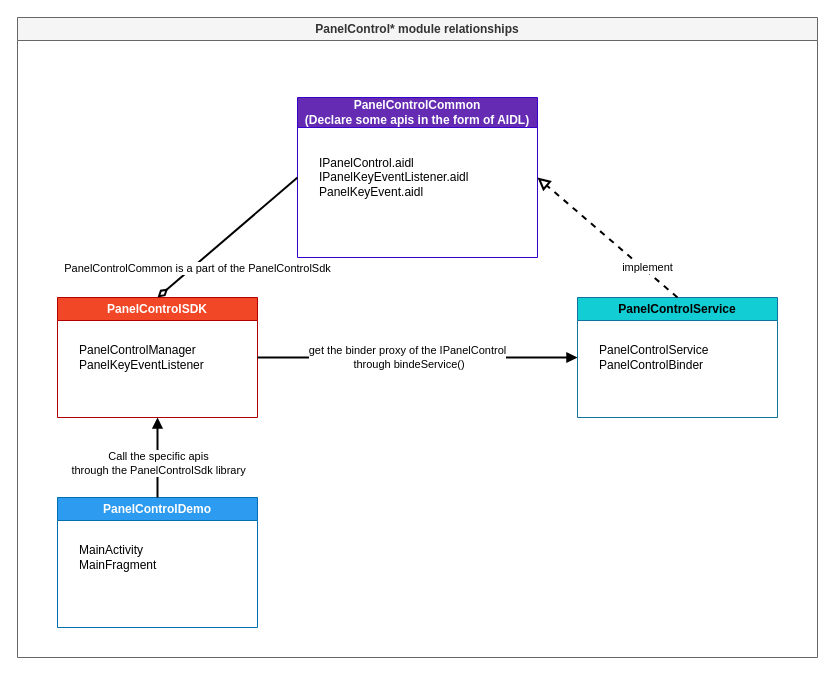
Before: PanelControl* dependency.drawio in windboat/draw.io, a draw.io diagram. Source tidied: cells renumbered, new cells numbered last; positions are measured from the earlier drawing's top-left corner, leaving out a move shared by most shapes. Both pictures are drawn from the tidied source at 100%, with x=0, y=0 at pixel (17, 17).
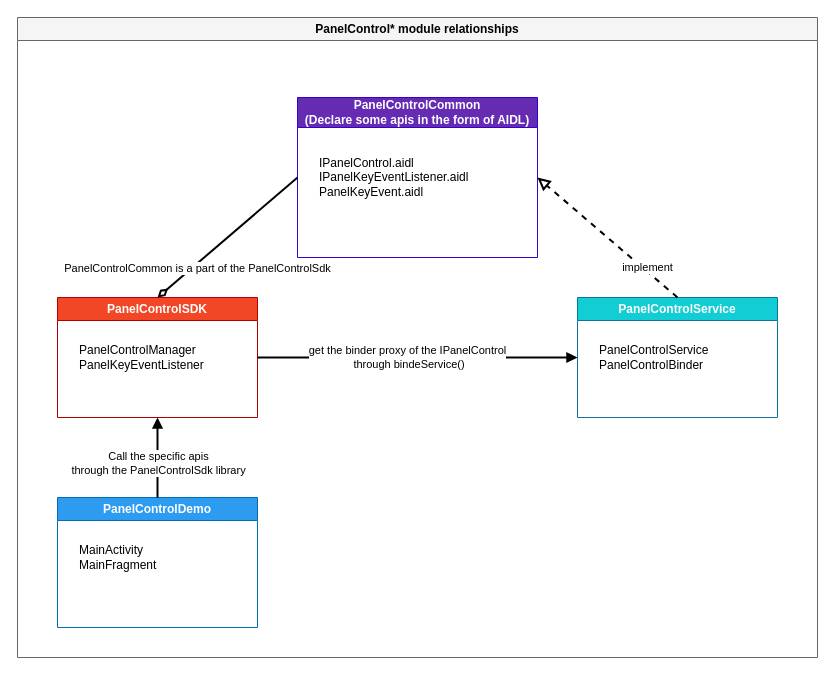
Above is the later version.

What changed in the source:
```diff
@@
-    <mxCell id="2" value="PanelControl* module relationships" style="swimlane;whiteSpace=wrap;html=1;fillColor=#f5f5f5;fontColor=#333333;strokeColor=#666666;" parent="1" vertex="1">
+    <mxCell id="2" value="PanelControl* module relationships" style="swimlane;whiteSpace=wrap;html=1;fillColor=#f5f5f5;fontColor=#000000;strokeColor=#666666;" parent="1" vertex="1">
       <mxGeometry width="800" height="640" as="geometry" />
     </mxCell>
@@
-    <mxCell id="7" value="PanelControlService" style="swimlane;whiteSpace=wrap;html=1;startSize=23;fillColor=#12CDD4;strokeColor=#10739e;" parent="2" vertex="1">
+    <mxCell id="7" value="PanelControlService" style="swimlane;whiteSpace=wrap;html=1;startSize=23;fillColor=#12CDD4;strokeColor=#10739e;fontColor=#FFFFFF;" parent="2" vertex="1">
       <mxGeometry x="560" y="280" width="200" height="120" as="geometry" />
     </mxCell>
```
